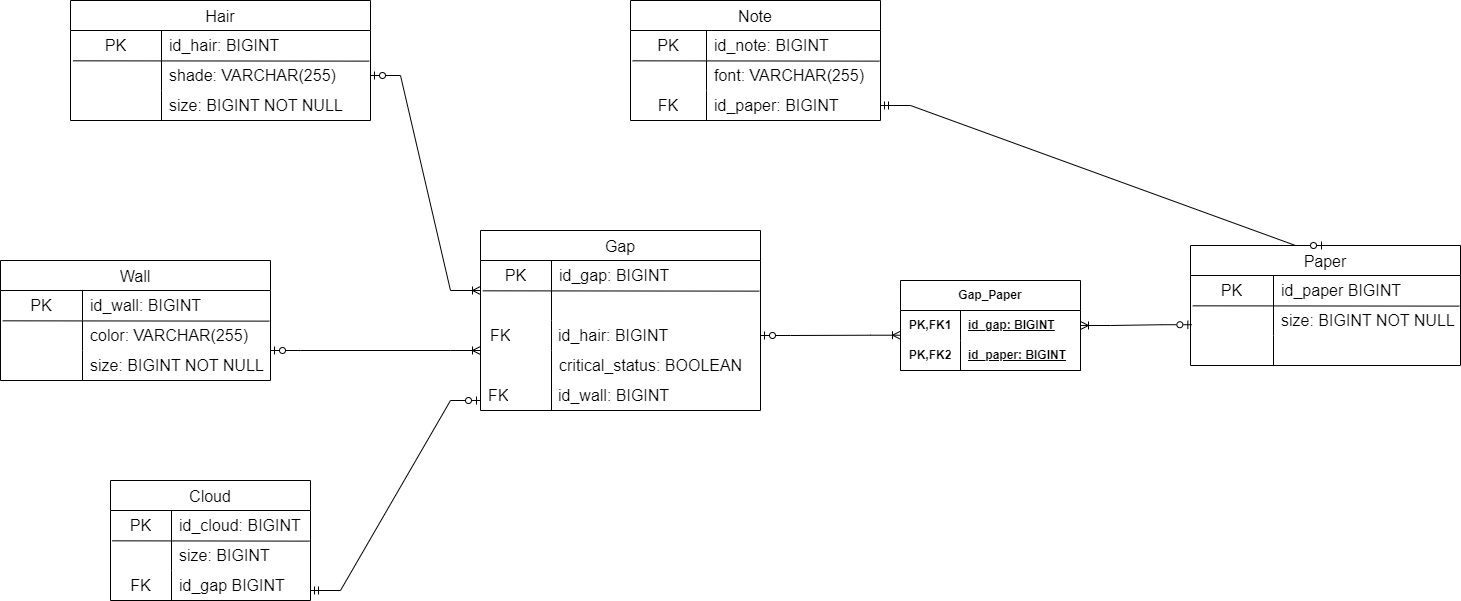
Earlier version of the draw.io export Second sem/Databases/Datalogical model.png (Stt1xX/ForMyFutureJob). Source tidied: cells renumbered, new cells last; positions are measured from the earlier drawing's top-left corner, leaving out a move shared by most shapes.
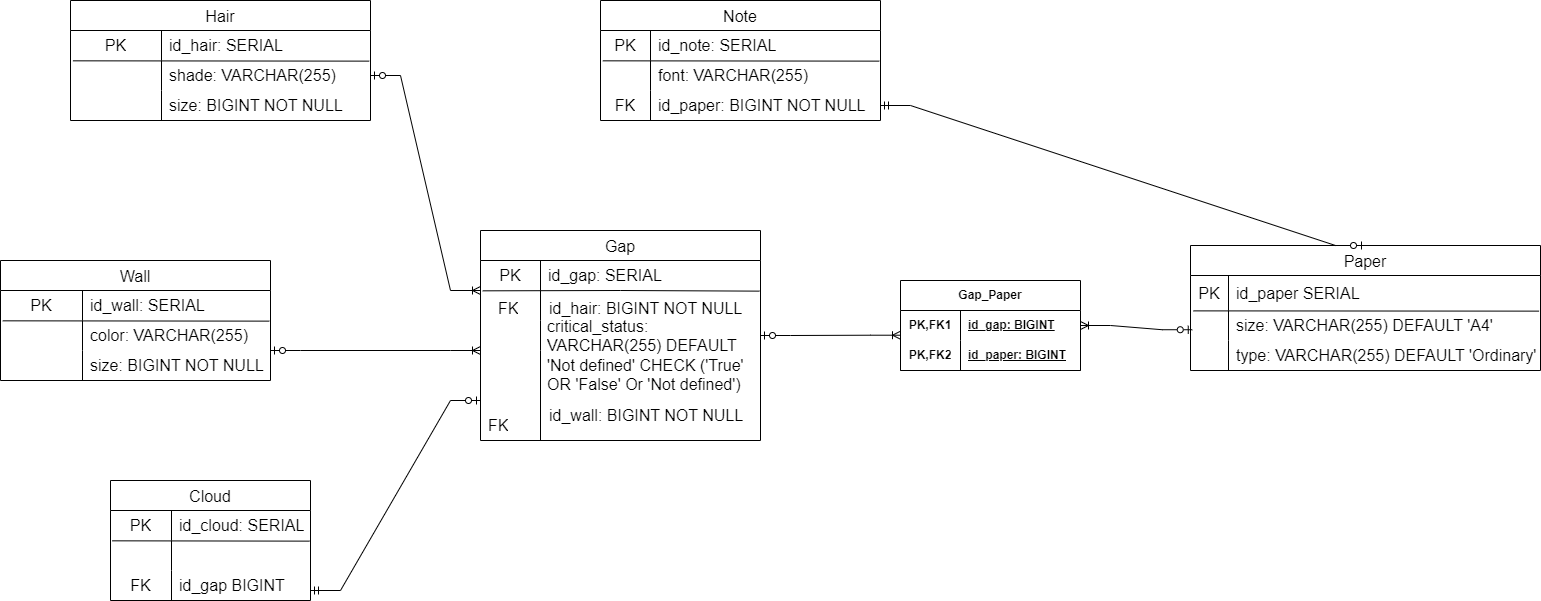
Above is the later version.

Commit message:
working on the db lab1

Change to the diagram source:
```diff
@@ -13,3 +13,3 @@
     </mxCell>
-    <mxCell id="5" value="id_wall: BIGINT" style="shape=partialRectangle;html=1;whiteSpace=wrap;fillColor=none;top=0;left=0;bottom=0;right=0;align=left;spacingLeft=6;overflow=hidden;strokeColor=inherit;fontSize=16;" parent="3" vertex="1">
+    <mxCell id="5" value="id_wall: SERIAL" style="shape=partialRectangle;html=1;whiteSpace=wrap;fillColor=none;top=0;left=0;bottom=0;right=0;align=left;spacingLeft=6;overflow=hidden;strokeColor=inherit;fontSize=16;" parent="3" vertex="1">
       <mxGeometry x="82" width="188" height="30" as="geometry" />
@@ -38,3 +38,3 @@
     <mxCell id="13" value="Gap" style="shape=table;startSize=30;rowLines=0;fontStyle=0;strokeColor=default;fontSize=16;" parent="1" vertex="1">
-      <mxGeometry x="480" y="230" width="280" height="180" as="geometry" />
+      <mxGeometry x="480" y="230" width="280" height="210" as="geometry" />
     </mxCell>
@@ -44,6 +44,6 @@
     <mxCell id="15" value="PK" style="shape=partialRectangle;html=1;whiteSpace=wrap;fillColor=none;top=0;left=0;bottom=0;right=0;overflow=hidden;strokeColor=inherit;fontSize=16;" parent="14" vertex="1">
-      <mxGeometry width="71" height="30" as="geometry" />
+      <mxGeometry width="60" height="30" as="geometry" />
     </mxCell>
-    <mxCell id="16" value="id_gap: BIGINT" style="shape=partialRectangle;html=1;whiteSpace=wrap;fillColor=none;top=0;left=0;bottom=0;right=0;align=left;spacingLeft=6;overflow=hidden;strokeColor=inherit;fontSize=16;" parent="14" vertex="1">
-      <mxGeometry x="71" width="209" height="30" as="geometry" />
+    <mxCell id="16" value="id_gap: SERIAL" style="shape=partialRectangle;html=1;whiteSpace=wrap;fillColor=none;top=0;left=0;bottom=0;right=0;align=left;spacingLeft=6;overflow=hidden;strokeColor=inherit;fontSize=16;" parent="14" vertex="1">
+      <mxGeometry x="60" width="220" height="30" as="geometry" />
     </mxCell>
@@ -53,6 +53,6 @@
     <mxCell id="18" style="shape=partialRectangle;html=1;whiteSpace=wrap;fillColor=none;top=0;left=0;bottom=0;right=0;overflow=hidden;strokeColor=inherit;fontSize=16;" parent="17" vertex="1">
-      <mxGeometry width="71" height="30" as="geometry" />
+      <mxGeometry width="60" height="30" as="geometry" />
     </mxCell>
     <mxCell id="19" style="shape=partialRectangle;html=1;whiteSpace=wrap;fillColor=none;top=0;left=0;bottom=0;right=0;align=left;spacingLeft=6;overflow=hidden;strokeColor=inherit;fontSize=16;" parent="17" vertex="1">
-      <mxGeometry x="71" width="209" height="30" as="geometry" />
+      <mxGeometry x="60" width="220" height="30" as="geometry" />
     </mxCell>
@@ -62,12 +62,16 @@
     <mxCell id="21" style="shape=partialRectangle;html=1;whiteSpace=wrap;fillColor=none;top=0;left=0;bottom=0;right=0;overflow=hidden;strokeColor=inherit;fontSize=16;" parent="20" vertex="1">
-      <mxGeometry width="71" height="30" as="geometry" />
+      <mxGeometry width="60" height="30" as="geometry" />
     </mxCell>
     <mxCell id="22" style="shape=partialRectangle;html=1;whiteSpace=wrap;fillColor=none;top=0;left=0;bottom=0;right=0;align=left;spacingLeft=6;overflow=hidden;strokeColor=inherit;fontSize=16;" parent="20" vertex="1">
-      <mxGeometry x="71" width="209" height="30" as="geometry" />
+      <mxGeometry x="60" width="220" height="30" as="geometry" />
     </mxCell>
     <mxCell id="23" style="endArrow=none;html=1;rounded=0;exitX=0.008;exitY=1.011;exitDx=0;exitDy=0;exitPerimeter=0;entryX=0.996;entryY=0.021;entryDx=0;entryDy=0;entryPerimeter=0;" parent="13" edge="1" source="14" target="17">
-      <mxGeometry relative="1" as="geometry" />
+      <mxGeometry relative="1" as="geometry">
+        <Array as="points">
+          <mxPoint x="140" y="60" />
+        </Array>
+      </mxGeometry>
     </mxCell>
-    <mxCell id="24" value="critical_status: BOOLEAN" style="shape=partialRectangle;html=1;whiteSpace=wrap;fillColor=none;top=0;left=0;bottom=0;right=0;align=left;spacingLeft=6;overflow=hidden;strokeColor=inherit;fontSize=16;" parent="1" vertex="1">
-      <mxGeometry x="551" y="350" width="210" height="30" as="geometry" />
+    <mxCell id="24" value="critical_status: VARCHAR(255) DEFAULT 'Not defined' CHECK ('True' OR 'False' Or 'Not defined')" style="shape=partialRectangle;html=1;whiteSpace=wrap;fillColor=none;top=0;left=0;bottom=0;right=0;align=left;spacingLeft=6;overflow=hidden;strokeColor=inherit;fontSize=16;" parent="1" vertex="1">
+      <mxGeometry x="539" y="310" width="221" height="90" as="geometry" />
     </mxCell>
@@ -75,11 +79,11 @@
       <mxGeometry relative="1" as="geometry">
-        <mxPoint x="551" y="410" as="sourcePoint" />
-        <mxPoint x="551" y="350" as="targetPoint" />
+        <mxPoint x="540" y="440" as="sourcePoint" />
+        <mxPoint x="540" y="350" as="targetPoint" />
       </mxGeometry>
     </mxCell>
-    <mxCell id="26" value="id_wall: BIGINT" style="shape=partialRectangle;html=1;whiteSpace=wrap;fillColor=none;top=0;left=0;bottom=0;right=0;align=left;spacingLeft=6;overflow=hidden;strokeColor=inherit;fontSize=16;" parent="1" vertex="1">
-      <mxGeometry x="550" y="380" width="200" height="30" as="geometry" />
+    <mxCell id="26" value="id_wall: BIGINT NOT NULL" style="shape=partialRectangle;html=1;whiteSpace=wrap;fillColor=none;top=0;left=0;bottom=0;right=0;align=left;spacingLeft=6;overflow=hidden;strokeColor=inherit;fontSize=16;" parent="1" vertex="1">
+      <mxGeometry x="541" y="400" width="210" height="30" as="geometry" />
     </mxCell>
     <mxCell id="27" value="FK" style="shape=partialRectangle;html=1;whiteSpace=wrap;fillColor=none;top=0;left=0;bottom=0;right=0;align=left;spacingLeft=6;overflow=hidden;strokeColor=inherit;fontSize=16;" parent="1" vertex="1">
-      <mxGeometry x="480" y="380" width="70" height="30" as="geometry" />
+      <mxGeometry x="480" y="410" width="70" height="30" as="geometry" />
     </mxCell>
@@ -94,3 +98,3 @@
     </mxCell>
-    <mxCell id="31" value="id_hair: BIGINT" style="shape=partialRectangle;html=1;whiteSpace=wrap;fillColor=none;top=0;left=0;bottom=0;right=0;align=left;spacingLeft=6;overflow=hidden;strokeColor=inherit;fontSize=16;" parent="29" vertex="1">
+    <mxCell id="31" value="id_hair: SERIAL" style="shape=partialRectangle;html=1;whiteSpace=wrap;fillColor=none;top=0;left=0;bottom=0;right=0;align=left;spacingLeft=6;overflow=hidden;strokeColor=inherit;fontSize=16;" parent="29" vertex="1">
       <mxGeometry x="91" width="209" height="30" as="geometry" />
@@ -119,3 +123,3 @@
     <mxCell id="39" value="FK" style="shape=partialRectangle;html=1;whiteSpace=wrap;fillColor=none;top=0;left=0;bottom=0;right=0;align=left;spacingLeft=6;overflow=hidden;strokeColor=inherit;fontSize=16;" parent="1" vertex="1">
-      <mxGeometry x="482" y="320" width="40" height="30" as="geometry" />
+      <mxGeometry x="490" y="292.5" width="40" height="30" as="geometry" />
     </mxCell>
@@ -124,4 +128,4 @@
     </mxCell>
-    <mxCell id="41" value="id_hair: BIGINT" style="shape=partialRectangle;html=1;whiteSpace=wrap;fillColor=none;top=0;left=0;bottom=0;right=0;align=left;spacingLeft=6;overflow=hidden;strokeColor=inherit;fontSize=16;" parent="1" vertex="1">
-      <mxGeometry x="550" y="320" width="210" height="30" as="geometry" />
+    <mxCell id="41" value="id_hair: BIGINT NOT NULL" style="shape=partialRectangle;html=1;whiteSpace=wrap;fillColor=none;top=0;left=0;bottom=0;right=0;align=left;spacingLeft=6;overflow=hidden;strokeColor=inherit;fontSize=16;" parent="1" vertex="1">
+      <mxGeometry x="541" y="292.5" width="220" height="30" as="geometry" />
     </mxCell>
@@ -136,3 +140,3 @@
     </mxCell>
-    <mxCell id="45" value="id_cloud: BIGINT" style="shape=partialRectangle;html=1;whiteSpace=wrap;fillColor=none;top=0;left=0;bottom=0;right=0;align=left;spacingLeft=6;overflow=hidden;strokeColor=inherit;fontSize=16;" parent="43" vertex="1">
+    <mxCell id="45" value="id_cloud: SERIAL" style="shape=partialRectangle;html=1;whiteSpace=wrap;fillColor=none;top=0;left=0;bottom=0;right=0;align=left;spacingLeft=6;overflow=hidden;strokeColor=inherit;fontSize=16;" parent="43" vertex="1">
       <mxGeometry x="61" width="139" height="30" as="geometry" />
@@ -145,3 +149,3 @@
     </mxCell>
-    <mxCell id="48" value="size: BIGINT" style="shape=partialRectangle;html=1;whiteSpace=wrap;fillColor=none;top=0;left=0;bottom=0;right=0;align=left;spacingLeft=6;overflow=hidden;strokeColor=inherit;fontSize=16;" parent="46" vertex="1">
+    <mxCell id="48" style="shape=partialRectangle;html=1;whiteSpace=wrap;fillColor=none;top=0;left=0;bottom=0;right=0;align=left;spacingLeft=6;overflow=hidden;strokeColor=inherit;fontSize=16;" parent="46" vertex="1">
       <mxGeometry x="61" width="139" height="30" as="geometry" />
@@ -167,21 +171,21 @@
     <mxCell id="54" value="Paper" style="shape=table;startSize=30;rowLines=0;fontStyle=0;strokeColor=default;fontSize=16;" parent="1" vertex="1">
-      <mxGeometry x="1190" y="245" width="270" height="120" as="geometry" />
+      <mxGeometry x="1190" y="245" width="350" height="125" as="geometry" />
     </mxCell>
     <mxCell id="55" style="shape=tableRow;horizontal=0;startSize=0;swimlaneHead=0;swimlaneBody=0;top=0;left=0;bottom=0;right=0;fillColor=none;points=[[0,0.5],[1,0.5]];portConstraint=eastwest;strokeColor=inherit;fontSize=16;" parent="54" vertex="1">
-      <mxGeometry y="30" width="270" height="30" as="geometry" />
+      <mxGeometry y="30" width="350" height="35" as="geometry" />
     </mxCell>
     <mxCell id="56" value="PK" style="shape=partialRectangle;html=1;whiteSpace=wrap;fillColor=none;top=0;left=0;bottom=0;right=0;overflow=hidden;strokeColor=inherit;fontSize=16;" parent="55" vertex="1">
-      <mxGeometry width="83" height="30" as="geometry" />
+      <mxGeometry width="38" height="35" as="geometry" />
     </mxCell>
-    <mxCell id="57" value="id_paper BIGINT" style="shape=partialRectangle;html=1;whiteSpace=wrap;fillColor=none;top=0;left=0;bottom=0;right=0;align=left;spacingLeft=6;overflow=hidden;strokeColor=inherit;fontSize=16;" parent="55" vertex="1">
-      <mxGeometry x="83" width="187" height="30" as="geometry" />
+    <mxCell id="57" value="id_paper SERIAL" style="shape=partialRectangle;html=1;whiteSpace=wrap;fillColor=none;top=0;left=0;bottom=0;right=0;align=left;spacingLeft=6;overflow=hidden;strokeColor=inherit;fontSize=16;" parent="55" vertex="1">
+      <mxGeometry x="38" width="312" height="35" as="geometry" />
     </mxCell>
     <mxCell id="58" style="shape=tableRow;horizontal=0;startSize=0;swimlaneHead=0;swimlaneBody=0;top=0;left=0;bottom=0;right=0;fillColor=none;points=[[0,0.5],[1,0.5]];portConstraint=eastwest;strokeColor=inherit;fontSize=16;" parent="54" vertex="1">
-      <mxGeometry y="60" width="270" height="30" as="geometry" />
+      <mxGeometry y="65" width="350" height="30" as="geometry" />
     </mxCell>
     <mxCell id="59" style="shape=partialRectangle;html=1;whiteSpace=wrap;fillColor=none;top=0;left=0;bottom=0;right=0;overflow=hidden;strokeColor=inherit;fontSize=16;" parent="58" vertex="1">
-      <mxGeometry width="83" height="30" as="geometry" />
+      <mxGeometry width="38" height="30" as="geometry" />
     </mxCell>
-    <mxCell id="60" value="size: BIGINT NOT NULL" style="shape=partialRectangle;html=1;whiteSpace=wrap;fillColor=none;top=0;left=0;bottom=0;right=0;align=left;spacingLeft=6;overflow=hidden;strokeColor=inherit;fontSize=16;" parent="58" vertex="1">
-      <mxGeometry x="83" width="187" height="30" as="geometry" />
+    <mxCell id="60" value="size: VARCHAR(255) DEFAULT 'A4'" style="shape=partialRectangle;html=1;whiteSpace=wrap;fillColor=none;top=0;left=0;bottom=0;right=0;align=left;spacingLeft=6;overflow=hidden;strokeColor=inherit;fontSize=16;" parent="58" vertex="1">
+      <mxGeometry x="38" width="312" height="30" as="geometry" />
     </mxCell>
@@ -191,30 +195,30 @@
     <mxCell id="62" style="shape=tableRow;horizontal=0;startSize=0;swimlaneHead=0;swimlaneBody=0;top=0;left=0;bottom=0;right=0;fillColor=none;strokeColor=inherit;fontSize=16;" parent="54" vertex="1">
-      <mxGeometry y="90" width="270" height="30" as="geometry" />
+      <mxGeometry y="95" width="350" height="30" as="geometry" />
     </mxCell>
     <mxCell id="63" style="shape=partialRectangle;html=1;whiteSpace=wrap;fillColor=none;top=0;left=0;bottom=0;right=0;overflow=hidden;strokeColor=inherit;fontSize=16;" parent="62" vertex="1">
-      <mxGeometry width="83" height="30" as="geometry" />
+      <mxGeometry width="38" height="30" as="geometry" />
     </mxCell>
-    <mxCell id="64" style="shape=partialRectangle;html=1;whiteSpace=wrap;fillColor=none;top=0;left=0;bottom=0;right=0;align=left;spacingLeft=6;overflow=hidden;strokeColor=inherit;fontSize=16;" parent="62" vertex="1">
-      <mxGeometry x="83" width="187" height="30" as="geometry" />
+    <mxCell id="64" value="type: VARCHAR(255) DEFAULT 'Ordinary'" style="shape=partialRectangle;html=1;whiteSpace=wrap;fillColor=none;top=0;left=0;bottom=0;right=0;align=left;spacingLeft=6;overflow=hidden;strokeColor=inherit;fontSize=16;" parent="62" vertex="1">
+      <mxGeometry x="38" width="312" height="30" as="geometry" />
     </mxCell>
     <mxCell id="65" value="Note" style="shape=table;startSize=30;rowLines=0;fontStyle=0;strokeColor=default;fontSize=16;" parent="1" vertex="1">
-      <mxGeometry x="630" width="250" height="120" as="geometry" />
+      <mxGeometry x="600" width="280" height="120" as="geometry" />
     </mxCell>
     <mxCell id="66" style="shape=tableRow;horizontal=0;startSize=0;swimlaneHead=0;swimlaneBody=0;top=0;left=0;bottom=0;right=0;fillColor=none;points=[[0,0.5],[1,0.5]];portConstraint=eastwest;strokeColor=inherit;fontSize=16;" parent="65" vertex="1">
-      <mxGeometry y="30" width="250" height="30" as="geometry" />
+      <mxGeometry y="30" width="280" height="30" as="geometry" />
     </mxCell>
     <mxCell id="67" value="PK" style="shape=partialRectangle;html=1;whiteSpace=wrap;fillColor=none;top=0;left=0;bottom=0;right=0;overflow=hidden;strokeColor=inherit;fontSize=16;" parent="66" vertex="1">
-      <mxGeometry width="76" height="30" as="geometry" />
+      <mxGeometry width="50" height="30" as="geometry" />
     </mxCell>
-    <mxCell id="68" value="id_note: BIGINT" style="shape=partialRectangle;html=1;whiteSpace=wrap;fillColor=none;top=0;left=0;bottom=0;right=0;align=left;spacingLeft=6;overflow=hidden;strokeColor=inherit;fontSize=16;" parent="66" vertex="1">
-      <mxGeometry x="76" width="174" height="30" as="geometry" />
+    <mxCell id="68" value="id_note: SERIAL" style="shape=partialRectangle;html=1;whiteSpace=wrap;fillColor=none;top=0;left=0;bottom=0;right=0;align=left;spacingLeft=6;overflow=hidden;strokeColor=inherit;fontSize=16;" parent="66" vertex="1">
+      <mxGeometry x="50" width="230" height="30" as="geometry" />
     </mxCell>
     <mxCell id="69" style="shape=tableRow;horizontal=0;startSize=0;swimlaneHead=0;swimlaneBody=0;top=0;left=0;bottom=0;right=0;fillColor=none;points=[[0,0.5],[1,0.5]];portConstraint=eastwest;strokeColor=inherit;fontSize=16;" parent="65" vertex="1">
-      <mxGeometry y="60" width="250" height="30" as="geometry" />
+      <mxGeometry y="60" width="280" height="30" as="geometry" />
     </mxCell>
     <mxCell id="70" style="shape=partialRectangle;html=1;whiteSpace=wrap;fillColor=none;top=0;left=0;bottom=0;right=0;overflow=hidden;strokeColor=inherit;fontSize=16;" parent="69" vertex="1">
-      <mxGeometry width="76" height="30" as="geometry" />
+      <mxGeometry width="50" height="30" as="geometry" />
     </mxCell>
     <mxCell id="71" value="font: VARCHAR(255)" style="shape=partialRectangle;html=1;whiteSpace=wrap;fillColor=none;top=0;left=0;bottom=0;right=0;align=left;spacingLeft=6;overflow=hidden;strokeColor=inherit;fontSize=16;" parent="69" vertex="1">
-      <mxGeometry x="76" width="174" height="30" as="geometry" />
+      <mxGeometry x="50" width="230" height="30" as="geometry" />
     </mxCell>
@@ -224,9 +228,9 @@
     <mxCell id="73" style="shape=tableRow;horizontal=0;startSize=0;swimlaneHead=0;swimlaneBody=0;top=0;left=0;bottom=0;right=0;fillColor=none;points=[[0,0.5],[1,0.5]];portConstraint=eastwest;strokeColor=inherit;fontSize=16;" parent="65" vertex="1">
-      <mxGeometry y="90" width="250" height="30" as="geometry" />
+      <mxGeometry y="90" width="280" height="30" as="geometry" />
     </mxCell>
     <mxCell id="74" value="FK" style="shape=partialRectangle;html=1;whiteSpace=wrap;fillColor=none;top=0;left=0;bottom=0;right=0;overflow=hidden;strokeColor=inherit;fontSize=16;" parent="73" vertex="1">
-      <mxGeometry width="76" height="30" as="geometry" />
+      <mxGeometry width="50" height="30" as="geometry" />
     </mxCell>
-    <mxCell id="75" value="id_paper: BIGINT" style="shape=partialRectangle;html=1;whiteSpace=wrap;fillColor=none;top=0;left=0;bottom=0;right=0;align=left;spacingLeft=6;overflow=hidden;strokeColor=inherit;fontSize=16;" parent="73" vertex="1">
-      <mxGeometry x="76" width="174" height="30" as="geometry" />
+    <mxCell id="75" value="id_paper: BIGINT NOT NULL" style="shape=partialRectangle;html=1;whiteSpace=wrap;fillColor=none;top=0;left=0;bottom=0;right=0;align=left;spacingLeft=6;overflow=hidden;strokeColor=inherit;fontSize=16;" parent="73" vertex="1">
+      <mxGeometry x="50" width="230" height="30" as="geometry" />
     </mxCell>
```
